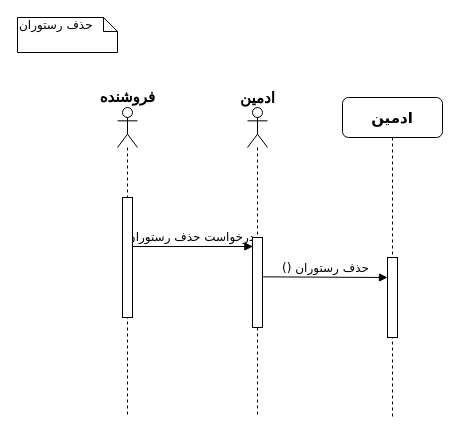
The draw.io diagram Behavioural Modeling/restaurant_removal.drawio in khoramian/TahDig_SoftwareEngineering, before the edit. Source tidied: cells renumbered, new cells numbered last; positions are measured from the earlier drawing's top-left corner, leaving out a move shared by most shapes. Both pictures are drawn from the tidied source at 100%, with x=0, y=0 at pixel (17, 17).
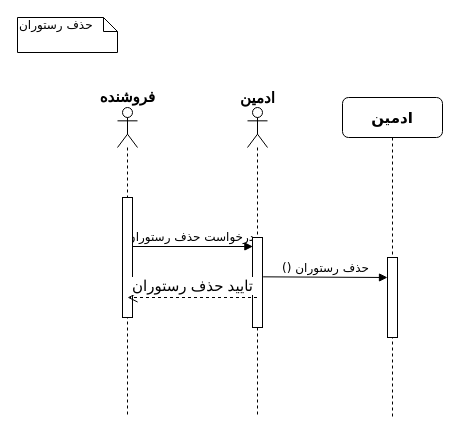
Above is the later version.

Change to the diagram source:
```diff
@@
 <mxGraphModel>
   <root>
     <mxCell id="0" />
     <mxCell id="1" parent="0" />
     <mxCell id="2" value="درخواست حذف رستوران" style="html=1;verticalAlign=bottom;endArrow=block;labelBackgroundColor=none;fontFamily=Verdana;fontSize=12;edgeStyle=elbowEdgeStyle;elbow=vertical;entryX=0.04;entryY=0.096;entryDx=0;entryDy=0;entryPerimeter=0;" parent="1" edge="1" source="4" target="10">
       <mxGeometry relative="1" as="geometry" />
     </mxCell>
     <mxCell id="3" value="حذف رستوران" style="shape=note;whiteSpace=wrap;html=1;size=14;verticalAlign=top;align=left;spacingTop=-6;rounded=0;shadow=0;comic=0;labelBackgroundColor=none;strokeWidth=1;fontFamily=Verdana;fontSize=12;" parent="1" vertex="1">
       <mxGeometry width="100" height="35" as="geometry" />
     </mxCell>
     <mxCell id="4" style="shape=umlLifeline;participant=umlActor;perimeter=lifelinePerimeter;whiteSpace=wrap;html=1;verticalAlign=top;spacingTop=36;outlineConnect=0;" parent="1" vertex="1">
       <mxGeometry x="100" y="90" width="20" height="310" as="geometry" />
     </mxCell>
     <mxCell id="5" style="html=1;perimeter=orthogonalPerimeter;" parent="4" vertex="1">
       <mxGeometry x="5" y="90" width="10" height="120" as="geometry" />
     </mxCell>
     <mxCell id="6" value="&lt;font size=&quot;1&quot;&gt;&lt;b style=&quot;font-size: 15px&quot;&gt;فروشنده&lt;/b&gt;&lt;/font&gt;" style="text;html=1;align=center;verticalAlign=middle;" parent="1" vertex="1">
       <mxGeometry x="80" y="69" width="60" height="20" as="geometry" />
     </mxCell>
     <mxCell id="7" value="&lt;font style=&quot;font-size: 15px&quot;&gt;&lt;b&gt;ادمین&lt;/b&gt;&lt;/font&gt;" style="shape=umlLifeline;perimeter=lifelinePerimeter;whiteSpace=wrap;html=1;rounded=1;shadow=0;comic=0;labelBackgroundColor=none;strokeWidth=1;fontFamily=Verdana;fontSize=12;align=center;" parent="1" vertex="1">
       <mxGeometry x="325" y="80" width="100" height="320" as="geometry" />
     </mxCell>
     <mxCell id="8" style="html=1;perimeter=orthogonalPerimeter;rounded=0;shadow=0;comic=0;labelBackgroundColor=none;strokeWidth=1;fontFamily=Verdana;fontSize=12;align=center;" parent="7" vertex="1">
       <mxGeometry x="45" y="160" width="10" height="80" as="geometry" />
     </mxCell>
     <mxCell id="9" style="shape=umlLifeline;participant=umlActor;perimeter=lifelinePerimeter;whiteSpace=wrap;html=1;verticalAlign=top;spacingTop=36;outlineConnect=0;" parent="1" vertex="1">
       <mxGeometry x="230" y="90" width="20" height="310" as="geometry" />
     </mxCell>
     <mxCell id="10" style="html=1;points=[];perimeter=orthogonalPerimeter;rounded=0;shadow=0;comic=0;labelBackgroundColor=none;strokeWidth=1;fontFamily=Verdana;fontSize=12;align=center;" parent="9" vertex="1">
       <mxGeometry x="5" y="130" width="10" height="90" as="geometry" />
     </mxCell>
     <mxCell id="11" value="&lt;b&gt;&lt;font style=&quot;font-size: 15px&quot;&gt;ادمین&lt;/font&gt;&lt;/b&gt;" style="text;html=1;align=center;verticalAlign=middle;" parent="1" vertex="1">
       <mxGeometry x="220" y="70" width="40" height="20" as="geometry" />
     </mxCell>
     <mxCell id="12" value="() حذف رستوران" style="html=1;verticalAlign=bottom;endArrow=block;labelBackgroundColor=none;fontFamily=Verdana;fontSize=12;edgeStyle=elbowEdgeStyle;elbow=vertical;exitX=1.064;exitY=0.437;exitDx=0;exitDy=0;exitPerimeter=0;" parent="1" edge="1" source="10">
       <mxGeometry relative="1" as="geometry">
         <mxPoint x="370" y="260" as="targetPoint" />
         <Array as="points">
           <mxPoint x="330.5" y="260" />
           <mxPoint x="410.5" y="240" />
         </Array>
       </mxGeometry>
     </mxCell>
+    <mxCell id="13" value="&lt;font style=&quot;font-size: 15px&quot;&gt;تایید حذف رستوران&lt;br&gt;&lt;/font&gt;" style="html=1;verticalAlign=bottom;endArrow=open;dashed=1;endSize=8;" parent="1" edge="1" source="9">
+      <mxGeometry relative="1" as="geometry">
+        <mxPoint x="110" y="280" as="targetPoint" />
+      </mxGeometry>
+    </mxCell>
   </root>
 </mxGraphModel>
```
